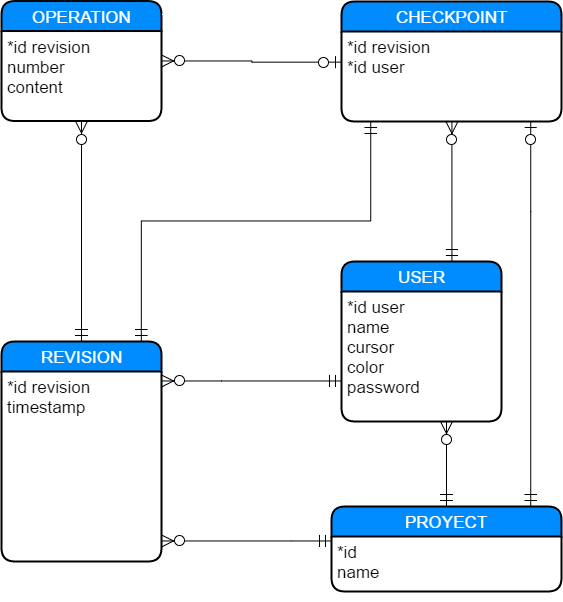
Above: documents/designImages/MER.png in sbeltran10/collabIDE (draw.io), before the change. Source tidied: cells renumbered, new cells last; positions are measured from the earlier drawing's top-left corner, leaving out a move shared by most shapes.
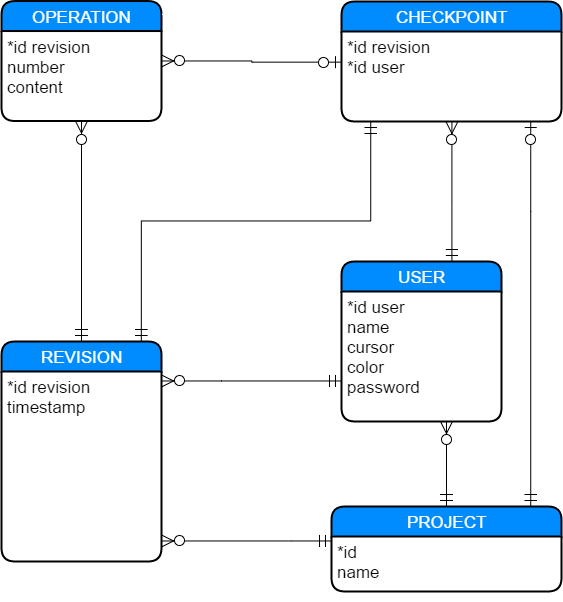
After the change.

Commit message:
Cambios en los diagramas 3

What changed in the source:
```diff
@@ -37,7 +37,7 @@
     <mxCell id="11" value="&lt;div&gt;*id revision&lt;/div&gt;&lt;div&gt;number&lt;/div&gt;content" style="whiteSpace=wrap;html=1;align=left;strokeColor=none;fillColor=none;spacingLeft=4;fontSize=17;verticalAlign=top;" parent="10" vertex="1">
       <mxGeometry y="30" width="160" height="90" as="geometry" />
     </mxCell>
-    <mxCell id="12" value="PROYECT" style="swimlane;html=1;horizontal=1;startSize=30;fillColor=#008cff;fontColor=#FFFFFF;rounded=1;fontSize=17;fontStyle=0;strokeWidth=2;shadow=0;dashed=0;align=center;" parent="1" vertex="1">
+    <mxCell id="12" value="PROJECT" style="swimlane;html=1;horizontal=1;startSize=30;fillColor=#008cff;fontColor=#FFFFFF;rounded=1;fontSize=17;fontStyle=0;strokeWidth=2;shadow=0;dashed=0;align=center;" parent="1" vertex="1">
       <mxGeometry x="330" y="505" width="230" height="85" as="geometry" />
     </mxCell>
     <mxCell id="13" value="*id&lt;div&gt;name&lt;br&gt;&lt;div&gt;&lt;br&gt;&lt;/div&gt;&lt;/div&gt;" style="whiteSpace=wrap;html=1;align=left;strokeColor=none;fillColor=none;spacingLeft=4;fontSize=17;verticalAlign=top;" parent="12" vertex="1">
```
